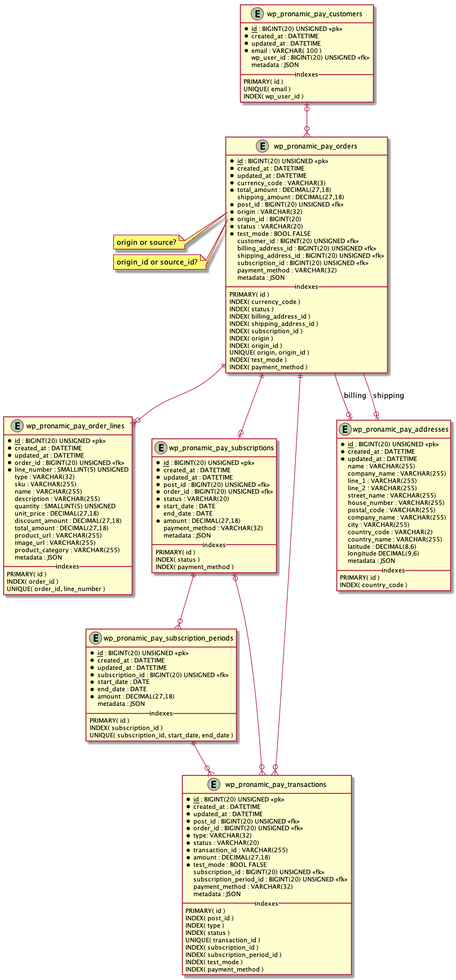
This is documentation/db.png from 8KCool/WordPress-Plugin-iDEAL-Bancontact-, a PlantUML export, as it was before one commit.
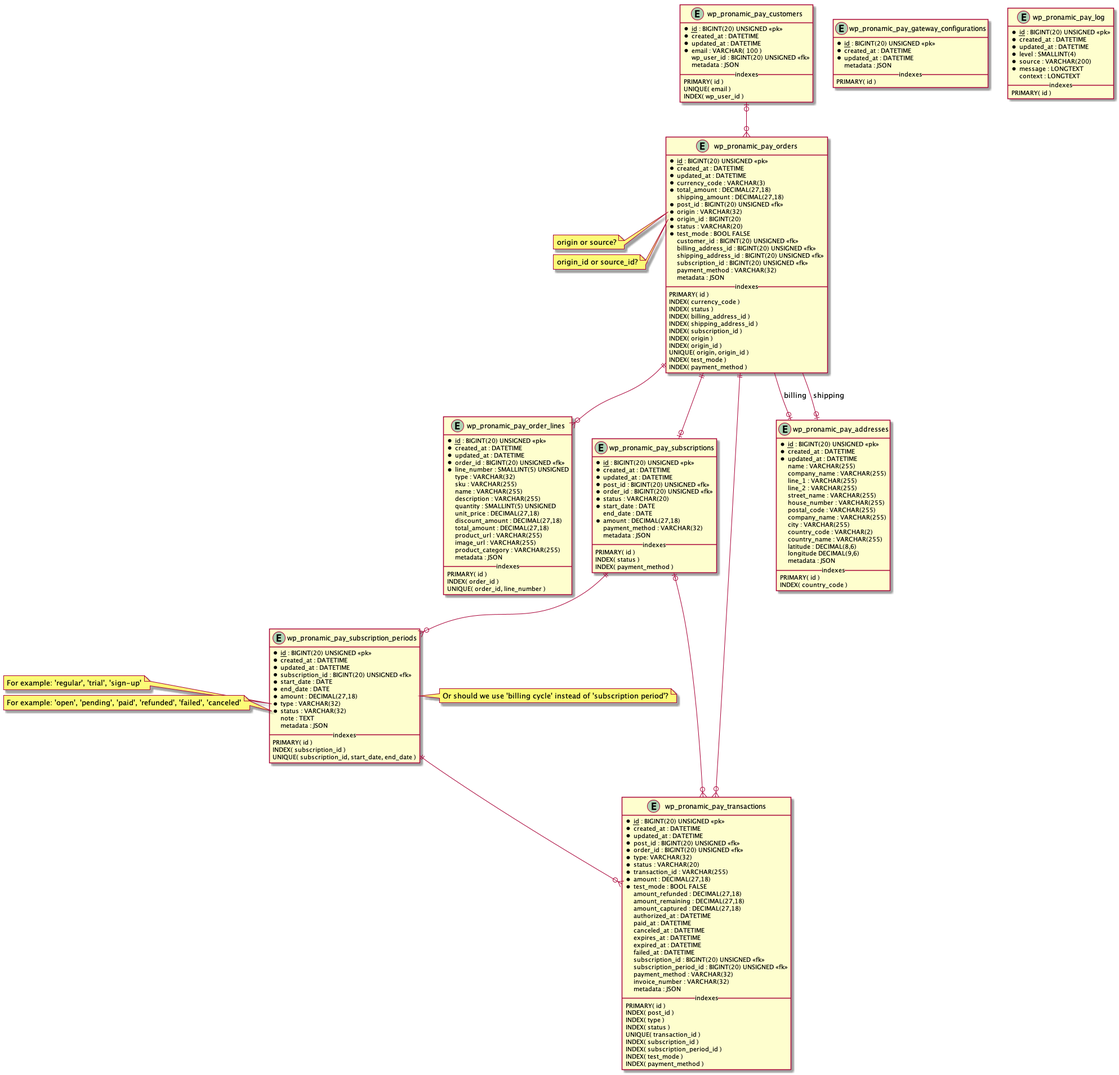
Later version of the same file.

Change to the diagram source:
```diff
@@ -104,12 +104,27 @@
 	* start_date : DATE
 	* end_date : DATE
 	* amount : DECIMAL(27,18)
+	* type : VARCHAR(32)
+	* status : VARCHAR(32)
+	note : TEXT
 	metadata : JSON
 	__ indexes __
 	PRIMARY( id )
 	INDEX( subscription_id )
 	UNIQUE( subscription_id, start_date, end_date )
 }
+
+note right of subscription_period
+  Or should we use 'billing cycle' instead of 'subscription period'?
+end note
+
+note left of subscription_period::type
+  For example: 'regular', 'trial', 'sign-up'
+end note
+
+note left of subscription_period::status
+  For example: 'open', 'pending', 'paid', 'refunded', 'failed', 'canceled'
+end note
 
 entity "wp_pronamic_pay_transactions" as transaction {
 	* <u>id</u> : BIGINT(20) UNSIGNED <<pk>>
@@ -122,9 +137,19 @@
 	* transaction_id : VARCHAR(255)
 	* amount : DECIMAL(27,18)
 	* test_mode : BOOL FALSE
+	amount_refunded : DECIMAL(27,18)
+	amount_remaining : DECIMAL(27,18)
+	amount_captured : DECIMAL(27,18)
+	authorized_at : DATETIME
+	paid_at : DATETIME
+	canceled_at : DATETIME
+	expires_at : DATETIME
+	expired_at : DATETIME
+	failed_at : DATETIME
 	subscription_id : BIGINT(20) UNSIGNED <<fk>>
 	subscription_period_id : BIGINT(20) UNSIGNED <<fk>>
 	payment_method : VARCHAR(32)
+	invoice_number : VARCHAR(32)
 	metadata : JSON
 	__ indexes __
 	PRIMARY( id )
@@ -161,6 +186,28 @@
 	INDEX( country_code )
 }
 
+entity "wp_pronamic_pay_gateway_configurations" as gateway_configuration {
+	* <u>id</u> : BIGINT(20) UNSIGNED <<pk>>
+	* created_at : DATETIME
+	* updated_at : DATETIME
+	metadata : JSON
+	__ indexes __
+	PRIMARY( id )
+}
+
+
+entity "wp_pronamic_pay_log" as log {
+	* <u>id</u> : BIGINT(20) UNSIGNED <<pk>>
+	* created_at : DATETIME
+	* updated_at : DATETIME
+	* level : SMALLINT(4)
+	* source : VARCHAR(200)
+	* message : LONGTEXT
+	context : LONGTEXT
+	__ indexes __
+	PRIMARY( id )
+}
+
 customer |o--o{ order
 order --o| address : billing
 order --o| address : shipping
```
